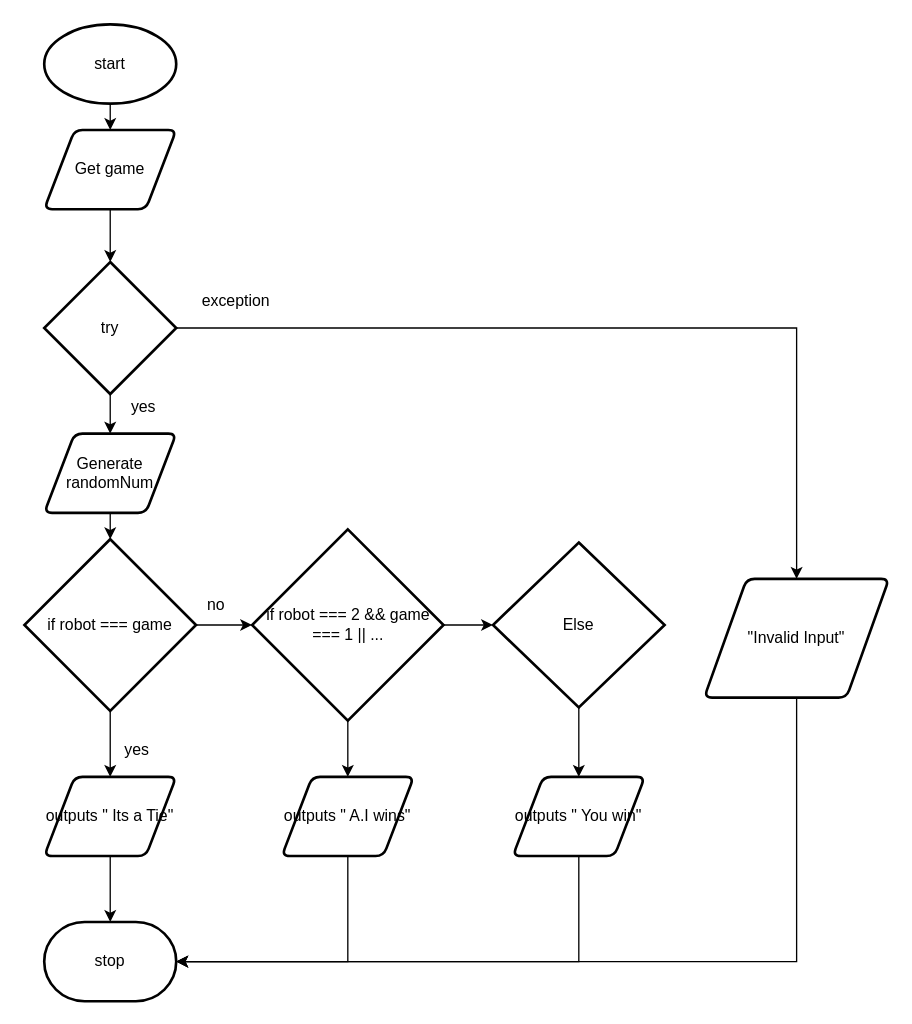
Peter-Gemmell/ics4u-Assignment1-typescript keeps this draw.io diagram as flowchart.drawio. Above is the earlier version. Source tidied: cells renumbered, new cells numbered last; positions are measured from the earlier drawing's top-left corner, leaving out a move shared by most shapes. Both pictures are drawn from the tidied source at 132%, with x=0, y=0 at pixel (24, 24).
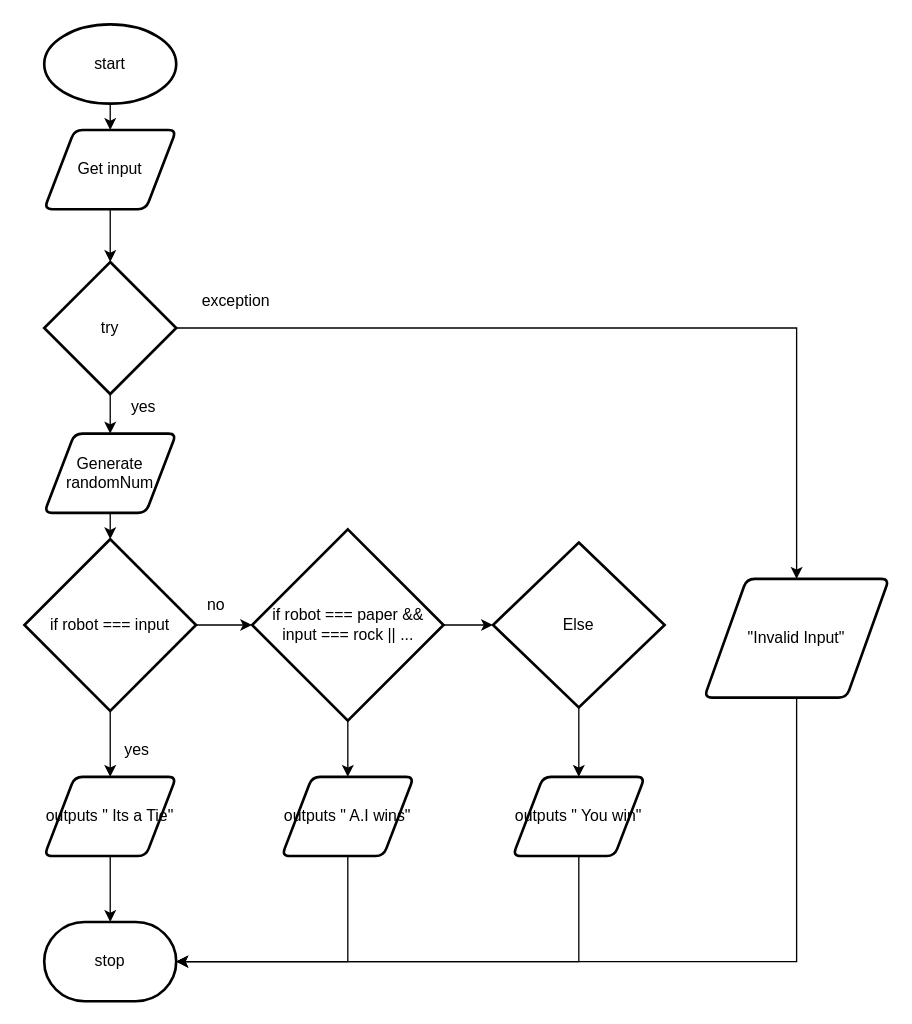
The same page after the edit.

What changed in the source:
```diff
@@
-    <mxCell id="5" value="Get game" style="shape=parallelogram;html=1;strokeWidth=2;perimeter=parallelogramPerimeter;whiteSpace=wrap;rounded=1;arcSize=12;size=0.23;" parent="1" vertex="1">
+    <mxCell id="5" value="Get input" style="shape=parallelogram;html=1;strokeWidth=2;perimeter=parallelogramPerimeter;whiteSpace=wrap;rounded=1;arcSize=12;size=0.23;" parent="1" vertex="1">
       <mxGeometry x="15" y="80" width="100" height="60" as="geometry" />
     </mxCell>
@@
-    <mxCell id="19" value="if robot === game" style="strokeWidth=2;html=1;shape=mxgraph.flowchart.decision;whiteSpace=wrap;" parent="1" vertex="1">
+    <mxCell id="19" value="if robot === input" style="strokeWidth=2;html=1;shape=mxgraph.flowchart.decision;whiteSpace=wrap;" parent="1" vertex="1">
       <mxGeometry y="390" width="130" height="130" as="geometry" />
     </mxCell>
@@
-    <mxCell id="25" value="if robot === 2 &amp;amp;&amp;amp; game === 1 || ..." style="strokeWidth=2;html=1;shape=mxgraph.flowchart.decision;whiteSpace=wrap;" parent="1" vertex="1">
+    <mxCell id="25" value="if robot === paper &amp;amp;&amp;amp; input === rock || ..." style="strokeWidth=2;html=1;shape=mxgraph.flowchart.decision;whiteSpace=wrap;" parent="1" vertex="1">
       <mxGeometry x="172.5" y="382.5" width="145" height="145" as="geometry" />
     </mxCell>
```
